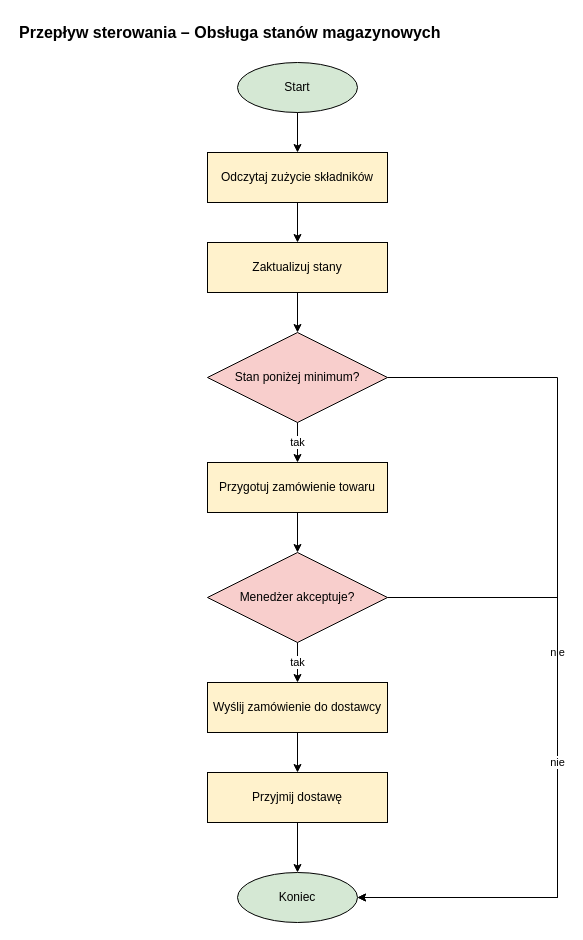
This is diagramy/03_przeplyw_sterowania/cfd_4_magazyn.drawio from olimo54323/OiZPI-laboratorium, a draw.io file, before an edit. Source tidied: cells renumbered, new cells numbered last; positions are measured from the earlier drawing's top-left corner, leaving out a move shared by most shapes. Both pictures are drawn from the tidied source at 100%, with x=0, y=0 at pixel (17, 17).
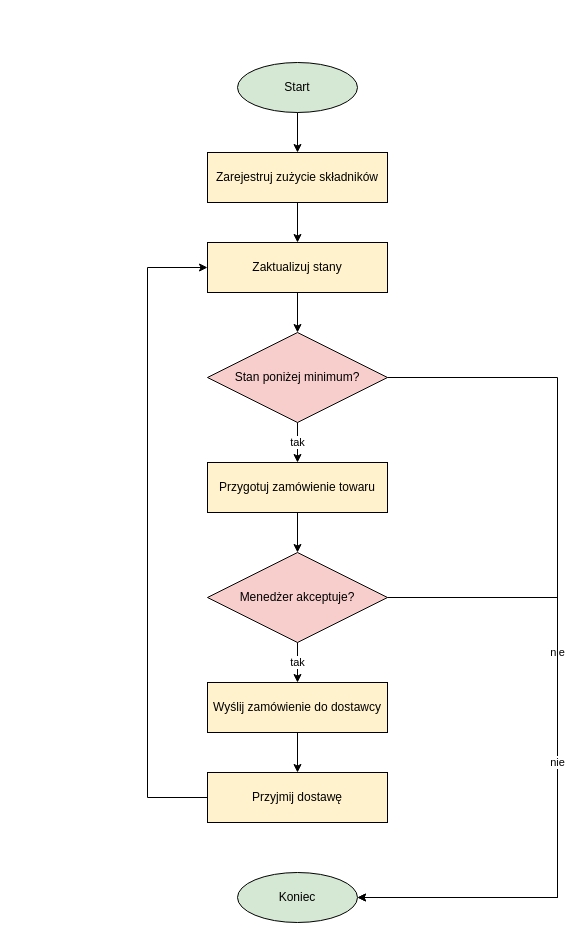
Above is the later version.

Unchanged cells that the change refers to:
```xml
<mxCell id="5" value="Zaktualizuj stany" style="rounded=0;whiteSpace=wrap;html=1;fillColor=#fff2cc;strokeColor=#000000;fontSize=12;" parent="1" vertex="1">
  <mxGeometry x="190" y="225" width="180" height="50" as="geometry" />
</mxCell>
<mxCell id="10" value="Przyjmij dostawę" style="rounded=0;whiteSpace=wrap;html=1;fillColor=#fff2cc;strokeColor=#000000;fontSize=12;" parent="1" vertex="1">
  <mxGeometry x="190" y="755" width="180" height="50" as="geometry" />
</mxCell>
<mxCell id="11" value="Koniec" style="ellipse;whiteSpace=wrap;html=1;fillColor=#d5e8d4;strokeColor=#000000;fontSize=12;" parent="1" vertex="1">
  <mxGeometry x="220" y="855" width="120" height="50" as="geometry" />
</mxCell>
```

The edit, as a diff of the source:
```diff
@@
-    <mxCell id="2" value="Przepływ sterowania – Obsługa stanów magazynowych" style="text;html=1;align=left;verticalAlign=middle;fontSize=16;fontStyle=1;" parent="1" vertex="1">
-      <mxGeometry width="480" height="30" as="geometry" />
-    </mxCell>
@@
-    <mxCell id="4" value="Odczytaj zużycie składników" style="rounded=0;whiteSpace=wrap;html=1;fillColor=#fff2cc;strokeColor=#000000;fontSize=12;" parent="1" vertex="1">
+    <mxCell id="4" value="Zarejestruj zużycie składników" style="rounded=0;whiteSpace=wrap;html=1;fillColor=#fff2cc;strokeColor=#000000;fontSize=12;" parent="1" vertex="1">
       <mxGeometry x="190" y="135" width="180" height="50" as="geometry" />
     </mxCell>
@@
-    <mxCell id="21" style="endArrow=classic;html=1;rounded=0;edgeStyle=orthogonalEdgeStyle;labelBackgroundColor=#ffffff;fontSize=11;strokeColor=#000000;" parent="1" edge="1" source="10" target="11">
-      <mxGeometry relative="1" as="geometry" />
+    <mxCell id="21" style="endArrow=classic;html=1;rounded=0;edgeStyle=orthogonalEdgeStyle;labelBackgroundColor=#ffffff;fontSize=11;strokeColor=#000000;exitX=0;exitY=0.5;exitDx=0;exitDy=0;entryX=0;entryY=0.5;entryDx=0;entryDy=0;" parent="1" edge="1" source="10" target="5">
+      <mxGeometry relative="1" as="geometry">
+        <Array as="points">
+          <mxPoint x="130" y="780" />
+          <mxPoint x="130" y="250" />
+        </Array>
+      </mxGeometry>
     </mxCell>
```
